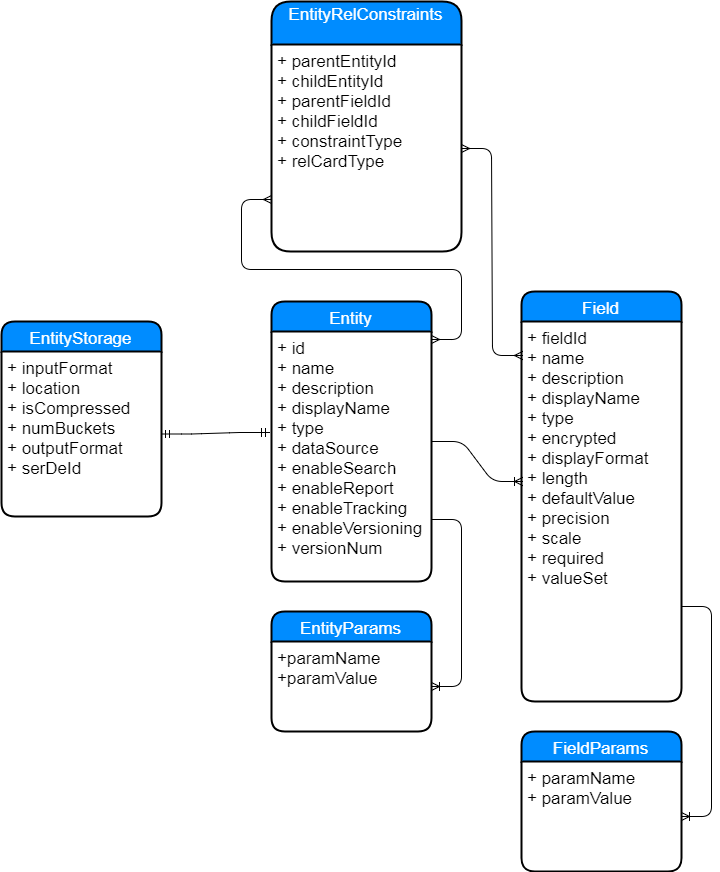
Above: entity.png in sandhyaagarwal/diagrams (draw.io), before the change. Source tidied: cells renumbered, new cells last; positions are measured from the earlier drawing's top-left corner, leaving out a move shared by most shapes.
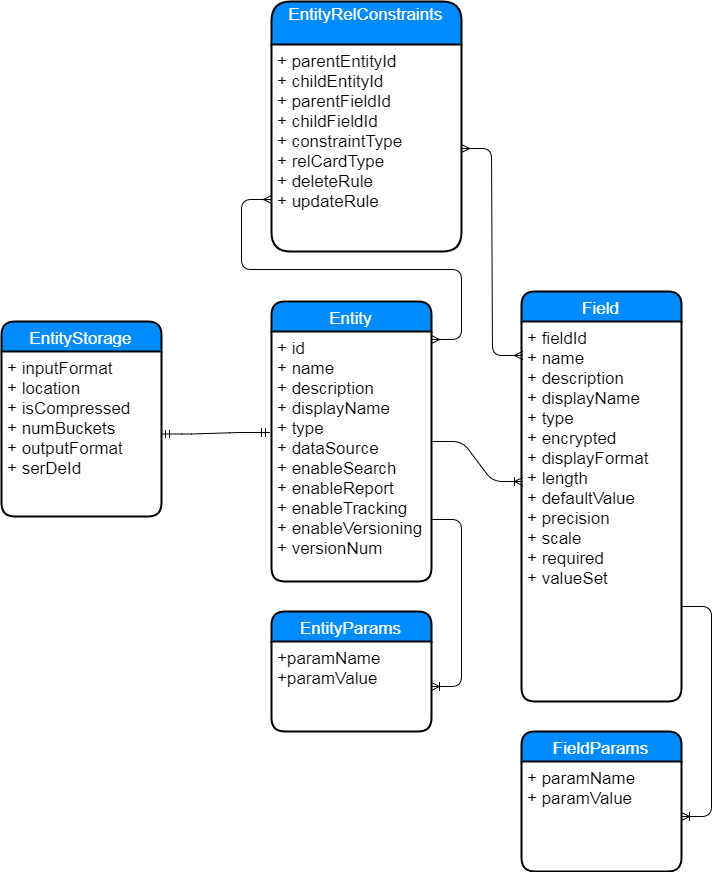
After the commit.

What changed in the source:
```diff
@@ -47,7 +47,7 @@
     <mxCell id="16" value="EntityRelConstraints&#10;" style="swimlane;horizontal=1;startSize=43;fillColor=#008cff;fontColor=#FFFFFF;rounded=1;fontSize=17;fontStyle=0;strokeWidth=2;shadow=0;dashed=0;align=center;" parent="1" vertex="1">
       <mxGeometry x="270" width="190" height="250" as="geometry" />
     </mxCell>
-    <mxCell id="17" value="+ parentEntityId&#10;+ childEntityId&#10;+ parentFieldId&#10;+ childFieldId&#10;+ constraintType&#10;+ relCardType" style="align=left;strokeColor=none;fillColor=none;spacingLeft=4;fontSize=17;verticalAlign=top;" parent="16" vertex="1">
+    <mxCell id="17" value="+ parentEntityId&#10;+ childEntityId&#10;+ parentFieldId&#10;+ childFieldId&#10;+ constraintType&#10;+ relCardType&#10;+ deleteRule&#10;+ updateRule" style="align=left;strokeColor=none;fillColor=none;spacingLeft=4;fontSize=17;verticalAlign=top;" parent="16" vertex="1">
       <mxGeometry y="43" width="190" height="207" as="geometry" />
     </mxCell>
     <mxCell id="18" style="edgeStyle=entityRelationEdgeStyle;html=1;endArrow=ERmany;startArrow=ERmany;entryX=0;entryY=0.75;" parent="1" edge="1" target="17">
```
